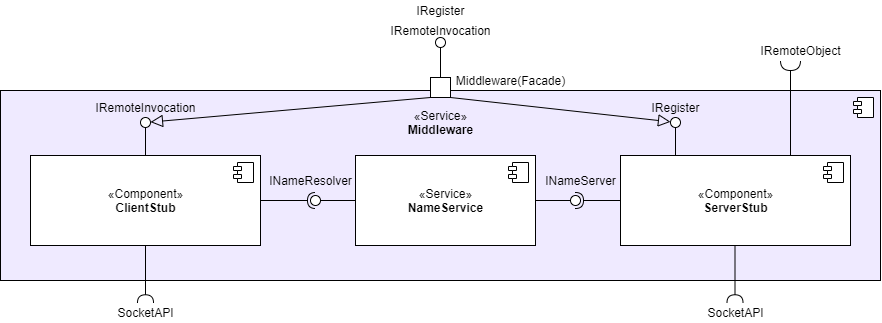
KjellooMelloo/gameoftrons keeps this draw.io diagram as Doku/images/Middleware_Ebene1.png. Above is the earlier version. Source tidied: cells renumbered, new cells last; positions are measured from the earlier drawing's top-left corner, leaving out a move shared by most shapes.
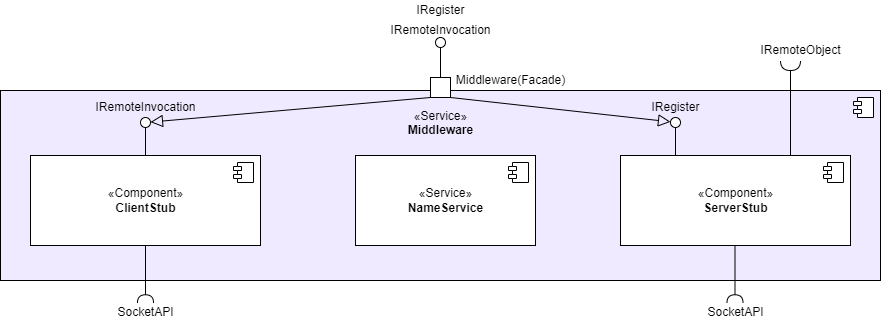
The same diagram one commit later.

Diff of the diagram source:
```diff
@@ -26,7 +26,7 @@
         <mxPoint x="-27" y="7" as="offset" />
       </mxGeometry>
     </mxCell>
-    <mxCell id="8" style="rounded=0;jettySize=auto;html=1;endArrow=block;endFill=0;endSize=10;exitX=0;exitY=1;exitDx=0;exitDy=0;" parent="1" edge="1" source="34" target="9">
+    <mxCell id="8" style="rounded=0;jettySize=auto;html=1;endArrow=block;endFill=0;endSize=10;exitX=0;exitY=1;exitDx=0;exitDy=0;" parent="1" edge="1" source="26" target="9">
       <mxGeometry relative="1" as="geometry" />
     </mxCell>
     <mxCell id="9" style="ellipse;whiteSpace=wrap;html=1;fontFamily=Helvetica;fontSize=12;fontColor=#000000;align=center;strokeColor=#000000;fillColor=#ffffff;points=[];spacing=2;strokeWidth=1;" parent="1" vertex="1">
@@ -54,7 +54,7 @@
         <mxPoint x="675" y="155" as="sourcePoint" />
       </mxGeometry>
     </mxCell>
-    <mxCell id="16" style="edgeStyle=none;rounded=0;jettySize=auto;html=1;entryX=0;entryY=0.433;entryDx=0;entryDy=0;endArrow=block;endFill=0;endSize=10;exitX=1;exitY=1;exitDx=0;exitDy=0;entryPerimeter=0;" parent="1" edge="1" source="34" target="17">
+    <mxCell id="16" style="edgeStyle=none;rounded=0;jettySize=auto;html=1;entryX=0;entryY=0.433;entryDx=0;entryDy=0;endArrow=block;endFill=0;endSize=10;exitX=1;exitY=1;exitDx=0;exitDy=0;entryPerimeter=0;" parent="1" edge="1" source="26" target="17">
       <mxGeometry relative="1" as="geometry" />
     </mxCell>
     <mxCell id="17" style="ellipse;whiteSpace=wrap;html=1;fontFamily=Helvetica;fontSize=12;fontColor=#000000;align=center;strokeColor=#000000;fillColor=#ffffff;points=[];spacing=2;strokeWidth=1;" parent="1" vertex="1">
@@ -83,52 +83,28 @@
         <mxPoint x="-27" y="7" as="offset" />
       </mxGeometry>
     </mxCell>
-    <mxCell id="24" style="rounded=0;jettySize=auto;html=1;endArrow=none;endFill=0;fontSize=20;exitX=0;exitY=0.5;exitDx=0;exitDy=0;strokeColor=#000000;" parent="1" edge="1" source="22" target="26">
-      <mxGeometry relative="1" as="geometry" />
+    <mxCell id="24" style="rounded=0;orthogonalLoop=1;jettySize=auto;html=1;endArrow=halfCircle;endFill=0;endSize=6;strokeWidth=1;fontSize=12;exitX=0.5;exitY=1;exitDx=0;exitDy=0;" parent="1" edge="1">
+      <mxGeometry relative="1" as="geometry">
+        <mxPoint x="734.5" y="245" as="sourcePoint" />
+        <mxPoint x="734.5" y="302.3" as="targetPoint" />
+      </mxGeometry>
     </mxCell>
-    <mxCell id="25" style="rounded=0;jettySize=auto;html=1;endArrow=halfCircle;endFill=0;entryX=0.5;entryY=0.5;entryDx=0;entryDy=0;endSize=6;strokeWidth=1;fontSize=20;exitX=1;exitY=0.5;exitDx=0;exitDy=0;" parent="1" edge="1" source="6" target="26">
-      <mxGeometry relative="1" as="geometry" />
+    <mxCell id="25" style="edgeStyle=orthogonalEdgeStyle;rounded=0;jettySize=auto;html=1;endArrow=oval;endFill=0;endSize=10;" parent="1" edge="1" source="26">
+      <mxGeometry relative="1" as="geometry">
+        <mxPoint x="440" y="42" as="targetPoint" />
+      </mxGeometry>
     </mxCell>
-    <mxCell id="26" style="ellipse;whiteSpace=wrap;html=1;fontFamily=Helvetica;fontSize=12;fontColor=#000000;align=center;strokeColor=#000000;fillColor=#ffffff;points=[];" parent="1" vertex="1">
-      <mxGeometry x="310" y="195" width="10" height="10" as="geometry" />
+    <mxCell id="26" style="rounded=0;whiteSpace=wrap;html=1;strokeColor=#000000;align=center;" parent="1" vertex="1">
+      <mxGeometry x="430" y="77" width="20" height="20" as="geometry" />
     </mxCell>
-    <mxCell id="27" value="&lt;font style=&quot;font-size: 12px&quot;&gt;INameResolver&lt;/font&gt;" style="text;html=1;align=center;verticalAlign=middle;fontSize=20;" parent="1" vertex="1">
-      <mxGeometry x="260" y="162" width="100" height="30" as="geometry" />
+    <mxCell id="27" value="Middleware(Facade)" style="text;html=1;align=center;verticalAlign=middle;" parent="1" vertex="1">
+      <mxGeometry x="450" y="70" width="120" height="20" as="geometry" />
     </mxCell>
-    <mxCell id="28" style="rounded=0;jettySize=auto;html=1;endArrow=none;endFill=0;fontSize=20;exitX=1;exitY=0.5;exitDx=0;exitDy=0;strokeColor=#000000;" parent="1" edge="1" source="22" target="30">
-      <mxGeometry relative="1" as="geometry" />
+    <mxCell id="28" value="IRemoteInvocation" style="text;html=1;align=center;verticalAlign=middle;fontSize=12;" parent="1" vertex="1">
+      <mxGeometry x="380" y="20" width="120" height="20" as="geometry" />
     </mxCell>
-    <mxCell id="29" style="rounded=0;jettySize=auto;html=1;endArrow=halfCircle;endFill=0;entryX=0.5;entryY=0.5;entryDx=0;entryDy=0;endSize=6;strokeWidth=1;fontSize=20;exitX=0;exitY=0.5;exitDx=0;exitDy=0;" parent="1" edge="1" source="4" target="30">
-      <mxGeometry relative="1" as="geometry" />
+    <mxCell id="29" value="IRegister" style="text;html=1;align=center;verticalAlign=middle;fontSize=12;" parent="1" vertex="1">
+      <mxGeometry x="410" width="60" height="20" as="geometry" />
     </mxCell>
-    <mxCell id="30" style="ellipse;whiteSpace=wrap;html=1;fontFamily=Helvetica;fontSize=12;fontColor=#000000;align=center;strokeColor=#000000;fillColor=#ffffff;points=[];" parent="1" vertex="1">
-      <mxGeometry x="570" y="195" width="10" height="10" as="geometry" />
-    </mxCell>
-    <mxCell id="31" value="&lt;font style=&quot;font-size: 12px&quot;&gt;INameServer&lt;/font&gt;" style="text;html=1;align=center;verticalAlign=middle;fontSize=20;" parent="1" vertex="1">
-      <mxGeometry x="535" y="162" width="90" height="30" as="geometry" />
-    </mxCell>
-    <mxCell id="32" style="rounded=0;orthogonalLoop=1;jettySize=auto;html=1;endArrow=halfCircle;endFill=0;endSize=6;strokeWidth=1;fontSize=12;exitX=0.5;exitY=1;exitDx=0;exitDy=0;" parent="1" edge="1">
-      <mxGeometry relative="1" as="geometry">
-        <mxPoint x="734.5" y="245" as="sourcePoint" />
-        <mxPoint x="734.5" y="302.3" as="targetPoint" />
-      </mxGeometry>
-    </mxCell>
-    <mxCell id="33" style="edgeStyle=orthogonalEdgeStyle;rounded=0;jettySize=auto;html=1;endArrow=oval;endFill=0;endSize=10;" parent="1" edge="1" source="34">
-      <mxGeometry relative="1" as="geometry">
-        <mxPoint x="440" y="42" as="targetPoint" />
-      </mxGeometry>
-    </mxCell>
-    <mxCell id="34" style="rounded=0;whiteSpace=wrap;html=1;strokeColor=#000000;align=center;" parent="1" vertex="1">
-      <mxGeometry x="430" y="77" width="20" height="20" as="geometry" />
-    </mxCell>
-    <mxCell id="35" value="Middleware(Facade)" style="text;html=1;align=center;verticalAlign=middle;" parent="1" vertex="1">
-      <mxGeometry x="450" y="70" width="120" height="20" as="geometry" />
-    </mxCell>
-    <mxCell id="36" value="IRemoteInvocation" style="text;html=1;align=center;verticalAlign=middle;fontSize=12;" parent="1" vertex="1">
-      <mxGeometry x="380" y="20" width="120" height="20" as="geometry" />
-    </mxCell>
-    <mxCell id="37" value="IRegister" style="text;html=1;align=center;verticalAlign=middle;fontSize=12;" parent="1" vertex="1">
-      <mxGeometry x="410" width="60" height="20" as="geometry" />
-    </mxCell>
   </root>
 </mxGraphModel>
```
